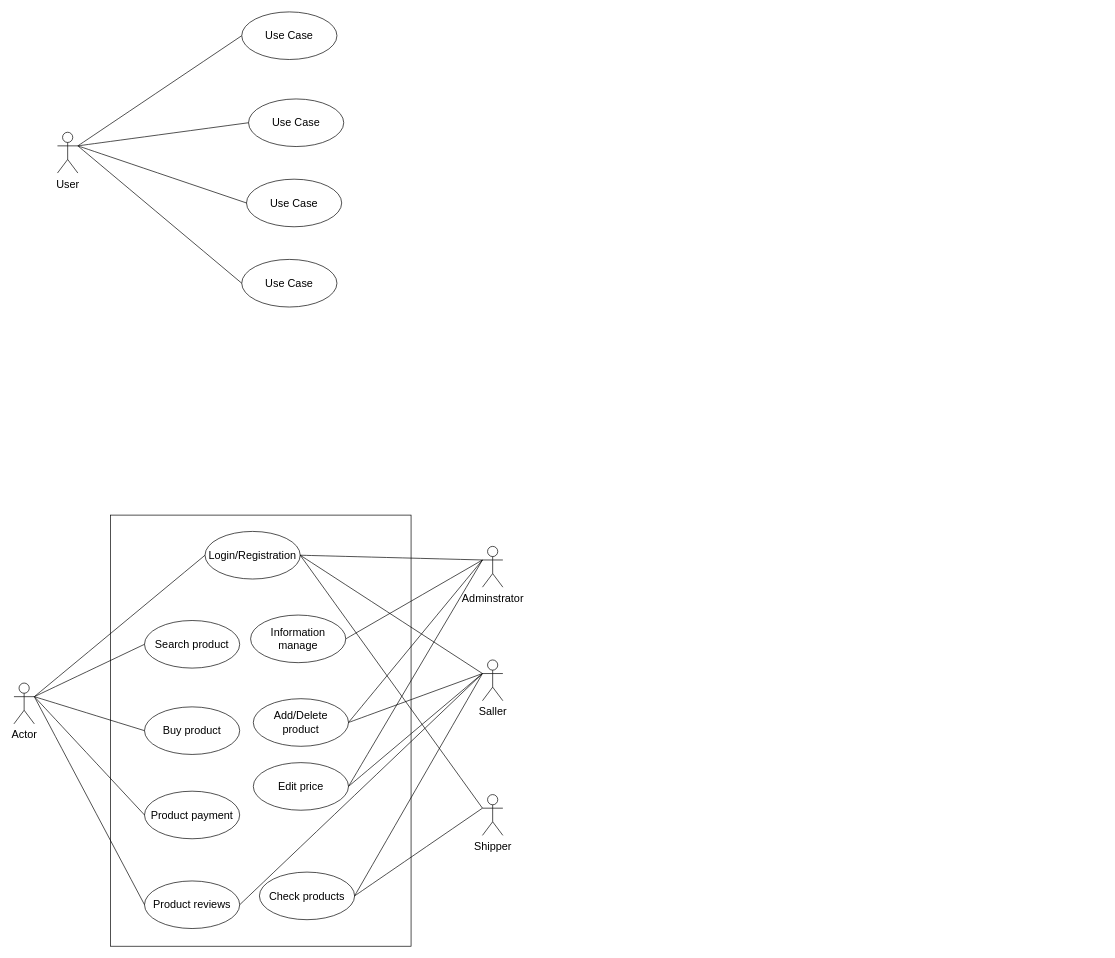
The draw.io diagram Biểu đồ không có tiêu đề.drawio in thienle02/css, before the edit. Source tidied: cells renumbered, new cells numbered last; positions are measured from the earlier drawing's top-left corner, leaving out a move shared by most shapes. Both pictures are drawn from the tidied source at 68%, with x=0, y=0 at pixel (14, 12).
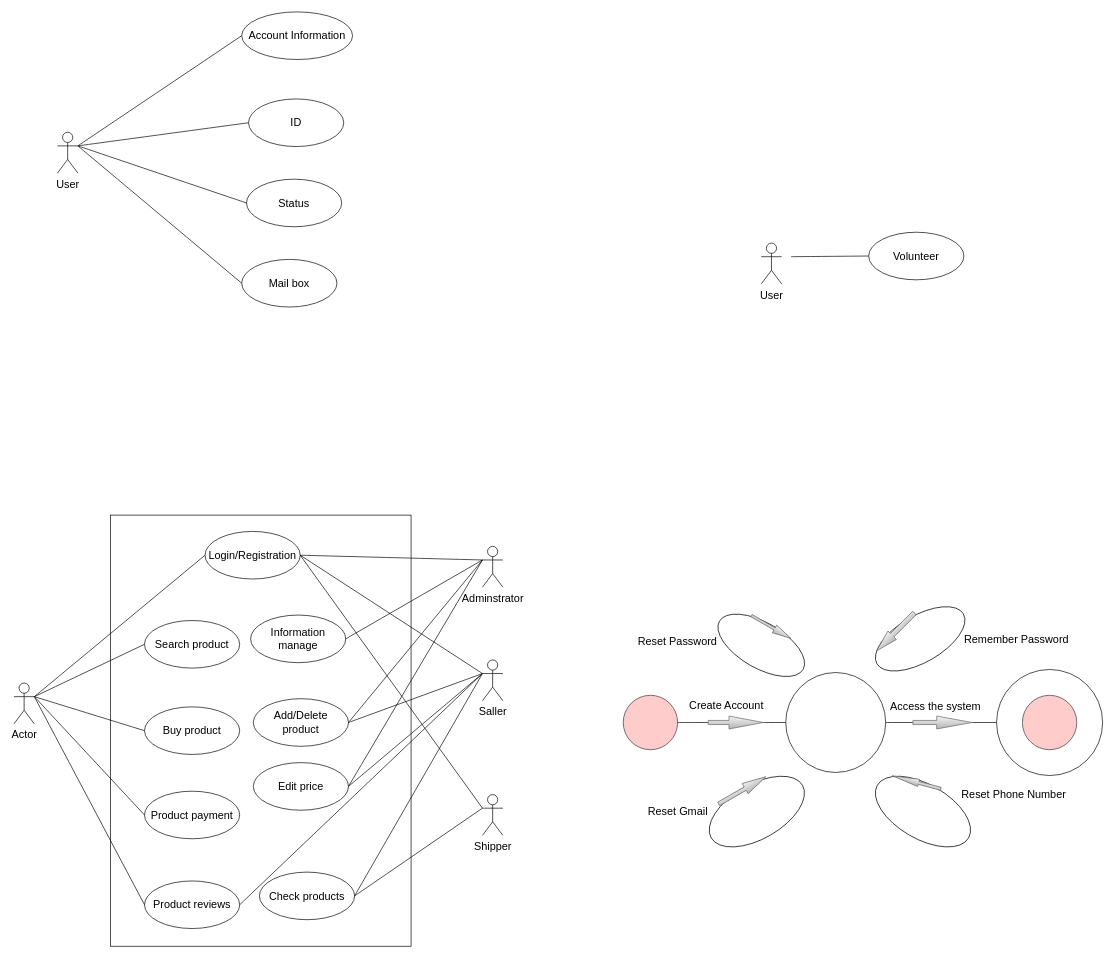
The same diagram, later.

Commit message:
Cập nhật Biểu đồ không có tiêu đề.drawio

The change refers to these unchanged cells:
```xml
<mxCell id="14" value="Login/Registration" style="ellipse;whiteSpace=wrap;html=1;fontSize=16;" parent="1" vertex="1">
  <mxGeometry x="281" y="764" width="140" height="70" as="geometry" />
</mxCell>
<mxCell id="21" value="Saller" style="shape=umlActor;verticalLabelPosition=bottom;verticalAlign=top;html=1;fontSize=16;" parent="1" vertex="1">
  <mxGeometry x="689" y="953" width="30" height="60" as="geometry" />
</mxCell>
```

What changed in the source:
```diff
@@
+    <mxCell id="41" style="ellipse;whiteSpace=wrap;html=1;fontSize=16;" parent="1" vertex="1">
+      <mxGeometry x="1445" y="967" width="156" height="156" as="geometry" />
+    </mxCell>
@@
-    <mxCell id="5" value="Use Case" style="ellipse;whiteSpace=wrap;html=1;fontSize=16;" parent="1" vertex="1">
-      <mxGeometry x="335" width="140" height="70" as="geometry" />
+    <mxCell id="5" value="Account Information" style="ellipse;whiteSpace=wrap;html=1;fontSize=16;" parent="1" vertex="1">
+      <mxGeometry x="335" width="163" height="70" as="geometry" />
     </mxCell>
-    <mxCell id="6" value="Use Case" style="ellipse;whiteSpace=wrap;html=1;fontSize=16;" parent="1" vertex="1">
+    <mxCell id="6" value="ID" style="ellipse;whiteSpace=wrap;html=1;fontSize=16;" parent="1" vertex="1">
       <mxGeometry x="345" y="128" width="140" height="70" as="geometry" />
     </mxCell>
-    <mxCell id="7" value="Use Case" style="ellipse;whiteSpace=wrap;html=1;fontSize=16;" parent="1" vertex="1">
+    <mxCell id="7" value="Status" style="ellipse;whiteSpace=wrap;html=1;fontSize=16;" parent="1" vertex="1">
       <mxGeometry x="342" y="246" width="140" height="70" as="geometry" />
     </mxCell>
-    <mxCell id="8" value="Use Case" style="ellipse;whiteSpace=wrap;html=1;fontSize=16;" parent="1" vertex="1">
+    <mxCell id="8" value="Mail box" style="ellipse;whiteSpace=wrap;html=1;fontSize=16;" parent="1" vertex="1">
       <mxGeometry x="335" y="364" width="140" height="70" as="geometry" />
     </mxCell>
@@
-    <mxCell id="24" style="endArrow=none;html=1;rounded=0;fontSize=12;startSize=8;endSize=8;curved=1;entryX=0;entryY=0.3333333333333333;entryDx=0;entryDy=0;entryPerimeter=0;exitX=1;exitY=0.5;exitDx=0;exitDy=0;" parent="1" edge="1" source="14" target="21">
-      <mxGeometry relative="1" as="geometry" />
-    </mxCell>
@@
+    <mxCell id="42" style="ellipse;whiteSpace=wrap;html=1;fontSize=16;fillColor=#ffcccc;strokeColor=#36393d;" parent="1" vertex="1">
+      <mxGeometry x="896" y="1005" width="80" height="80" as="geometry" />
+    </mxCell>
+    <mxCell id="43" style="ellipse;whiteSpace=wrap;html=1;fontSize=16;fillColor=#ffcccc;strokeColor=#36393d;" parent="1" vertex="1">
+      <mxGeometry x="1483" y="1005" width="80" height="80" as="geometry" />
+    </mxCell>
+    <mxCell id="44" style="ellipse;whiteSpace=wrap;html=1;fontSize=16;" parent="1" vertex="1">
+      <mxGeometry x="1135" y="971.5" width="147" height="147" as="geometry" />
+    </mxCell>
+    <mxCell id="45" style="endArrow=none;html=1;rounded=0;fontSize=12;startSize=8;endSize=8;curved=1;exitX=1;exitY=0.5;exitDx=0;exitDy=0;entryX=0;entryY=0.5;entryDx=0;entryDy=0;" parent="1" edge="1" source="54" target="44">
+      <mxGeometry relative="1" as="geometry" />
+    </mxCell>
+    <mxCell id="46" style="ellipse;whiteSpace=wrap;html=1;fontSize=16;rotation=-30;" parent="1" vertex="1">
+      <mxGeometry x="1259.3" y="887.6" width="146.8" height="68.8" as="geometry" />
+    </mxCell>
+    <mxCell id="47" style="ellipse;whiteSpace=wrap;html=1;fontSize=16;direction=west;rotation=30;" parent="1" vertex="1">
+      <mxGeometry x="1028" y="898" width="142" height="67" as="geometry" />
+    </mxCell>
+    <mxCell id="48" style="html=1;shadow=0;dashed=0;align=center;verticalAlign=middle;shape=mxgraph.arrows2.arrow;dy=0.72;dx=27.76;notch=0;fontSize=16;rotation=30;fillColor=#f5f5f5;gradientColor=#b3b3b3;strokeColor=#666666;" parent="1" vertex="1">
+      <mxGeometry x="1080" y="898" width="67" height="13" as="geometry" />
+    </mxCell>
+    <mxCell id="49" style="html=1;shadow=0;dashed=0;align=center;verticalAlign=middle;shape=mxgraph.arrows2.arrow;dy=0.59;dx=32.51;flipH=1;notch=0;fontSize=16;fillColor=#f5f5f5;gradientColor=#b3b3b3;strokeColor=#666666;rotation=-45;" parent="1" vertex="1">
+      <mxGeometry x="1257" y="903" width="78.8" height="17.6" as="geometry" />
+    </mxCell>
+    <mxCell id="50" value="Reset Password" style="text;html=1;strokeColor=none;fillColor=none;align=center;verticalAlign=middle;whiteSpace=wrap;rounded=0;fontSize=16;rotation=0;" parent="1" vertex="1">
+      <mxGeometry x="913" y="911" width="126" height="30" as="geometry" />
+    </mxCell>
+    <mxCell id="51" value="Remember Password" style="text;html=1;strokeColor=none;fillColor=none;align=center;verticalAlign=middle;whiteSpace=wrap;rounded=0;fontSize=16;" parent="1" vertex="1">
+      <mxGeometry x="1390" y="907" width="169" height="30" as="geometry" />
+    </mxCell>
+    <mxCell id="52" style="endArrow=none;html=1;rounded=0;fontSize=12;startSize=8;endSize=8;curved=1;entryX=0;entryY=0.5;entryDx=0;entryDy=0;exitX=1;exitY=0.5;exitDx=0;exitDy=0;" parent="1" edge="1" source="56" target="41">
+      <mxGeometry relative="1" as="geometry" />
+    </mxCell>
+    <mxCell id="53" style="endArrow=none;html=1;rounded=0;fontSize=12;startSize=8;endSize=8;curved=1;exitX=1;exitY=0.5;exitDx=0;exitDy=0;entryX=0;entryY=0.5;entryDx=0;entryDy=0;" parent="1" edge="1" source="42" target="54">
+      <mxGeometry relative="1" as="geometry" />
+    </mxCell>
+    <mxCell id="54" style="html=1;shadow=0;dashed=0;align=center;verticalAlign=middle;shape=mxgraph.arrows2.arrow;dy=0.68;dx=50.45;notch=0;fontSize=16;fillColor=#f5f5f5;gradientColor=#b3b3b3;strokeColor=#666666;" parent="1" vertex="1">
+      <mxGeometry x="1021" y="1035.5" width="81" height="19" as="geometry" />
+    </mxCell>
+    <mxCell id="55" style="endArrow=none;html=1;rounded=0;fontSize=12;startSize=8;endSize=8;curved=1;entryX=0;entryY=0.5;entryDx=0;entryDy=0;exitX=1;exitY=0.5;exitDx=0;exitDy=0;" parent="1" edge="1" source="44" target="56">
+      <mxGeometry relative="1" as="geometry" />
+    </mxCell>
+    <mxCell id="56" style="html=1;shadow=0;dashed=0;align=center;verticalAlign=middle;shape=mxgraph.arrows2.arrow;dy=0.68;dx=52;notch=0;fontSize=16;fillColor=#f5f5f5;gradientColor=#b3b3b3;strokeColor=#666666;" parent="1" vertex="1">
+      <mxGeometry x="1322" y="1035.5" width="87" height="19" as="geometry" />
+    </mxCell>
+    <mxCell id="57" value="Create Account" style="text;html=1;strokeColor=none;fillColor=none;align=center;verticalAlign=middle;whiteSpace=wrap;rounded=0;fontSize=16;" parent="1" vertex="1">
+      <mxGeometry x="980" y="1005" width="136" height="30" as="geometry" />
+    </mxCell>
+    <mxCell id="58" value="Access the system" style="text;html=1;strokeColor=none;fillColor=none;align=center;verticalAlign=middle;whiteSpace=wrap;rounded=0;fontSize=16;" parent="1" vertex="1">
+      <mxGeometry x="1282" y="1005.5" width="147" height="30" as="geometry" />
+    </mxCell>
+    <mxCell id="59" style="ellipse;whiteSpace=wrap;html=1;fontSize=16;rotation=-30;" parent="1" vertex="1">
+      <mxGeometry x="1015" y="1136" width="155" height="80" as="geometry" />
+    </mxCell>
+    <mxCell id="60" style="ellipse;whiteSpace=wrap;html=1;fontSize=16;rotation=30;" parent="1" vertex="1">
+      <mxGeometry x="1259.3" y="1136" width="155" height="80" as="geometry" />
+    </mxCell>
+    <mxCell id="61" style="html=1;shadow=0;dashed=0;align=center;verticalAlign=middle;shape=mxgraph.arrows2.arrow;dy=0.67;dx=34.97;notch=0;fontSize=16;fillColor=#f5f5f5;gradientColor=#b3b3b3;strokeColor=#666666;rotation=-30;" parent="1" vertex="1">
+      <mxGeometry x="1031" y="1136" width="80" height="17.5" as="geometry" />
+    </mxCell>
+    <mxCell id="62" style="html=1;shadow=0;dashed=0;align=center;verticalAlign=middle;shape=mxgraph.arrows2.arrow;dy=0.6;dx=40;flipH=1;notch=0;fontSize=16;fillColor=#f5f5f5;gradientColor=#b3b3b3;strokeColor=#666666;rotation=15;" parent="1" vertex="1">
+      <mxGeometry x="1290.5" y="1127.5" width="73.8" height="10.9" as="geometry" />
+    </mxCell>
+    <mxCell id="63" value="Reset Gmail" style="text;html=1;strokeColor=none;fillColor=none;align=center;verticalAlign=middle;whiteSpace=wrap;rounded=0;fontSize=16;rotation=0;" parent="1" vertex="1">
+      <mxGeometry x="925" y="1160.5" width="103" height="31" as="geometry" />
+    </mxCell>
+    <mxCell id="64" value="Reset Phone Number" style="text;html=1;strokeColor=none;fillColor=none;align=center;verticalAlign=middle;whiteSpace=wrap;rounded=0;fontSize=16;" parent="1" vertex="1">
+      <mxGeometry x="1390" y="1136" width="161" height="30" as="geometry" />
+    </mxCell>
+    <mxCell id="24" style="endArrow=none;html=1;rounded=0;fontSize=12;startSize=8;endSize=8;curved=1;entryX=0;entryY=0.3333333333333333;entryDx=0;entryDy=0;entryPerimeter=0;exitX=1;exitY=0.5;exitDx=0;exitDy=0;" parent="1" edge="1" source="14" target="21">
+      <mxGeometry relative="1" as="geometry" />
+    </mxCell>
+    <mxCell id="65" value="User" style="shape=umlActor;verticalLabelPosition=bottom;verticalAlign=top;html=1;fontSize=16;" parent="1" vertex="1">
+      <mxGeometry x="1099" y="340" width="30" height="60" as="geometry" />
+    </mxCell>
+    <mxCell id="66" style="endArrow=none;html=1;rounded=0;fontSize=12;startSize=8;endSize=8;curved=1;entryX=0;entryY=0.5;entryDx=0;entryDy=0;" parent="1" edge="1" target="67">
+      <mxGeometry relative="1" as="geometry">
+        <mxPoint x="1143" y="360" as="sourcePoint" />
+      </mxGeometry>
+    </mxCell>
+    <mxCell id="67" value="Volunteer" style="ellipse;whiteSpace=wrap;html=1;fontSize=16;" parent="1" vertex="1">
+      <mxGeometry x="1257" y="324" width="140" height="70" as="geometry" />
+    </mxCell>
```
